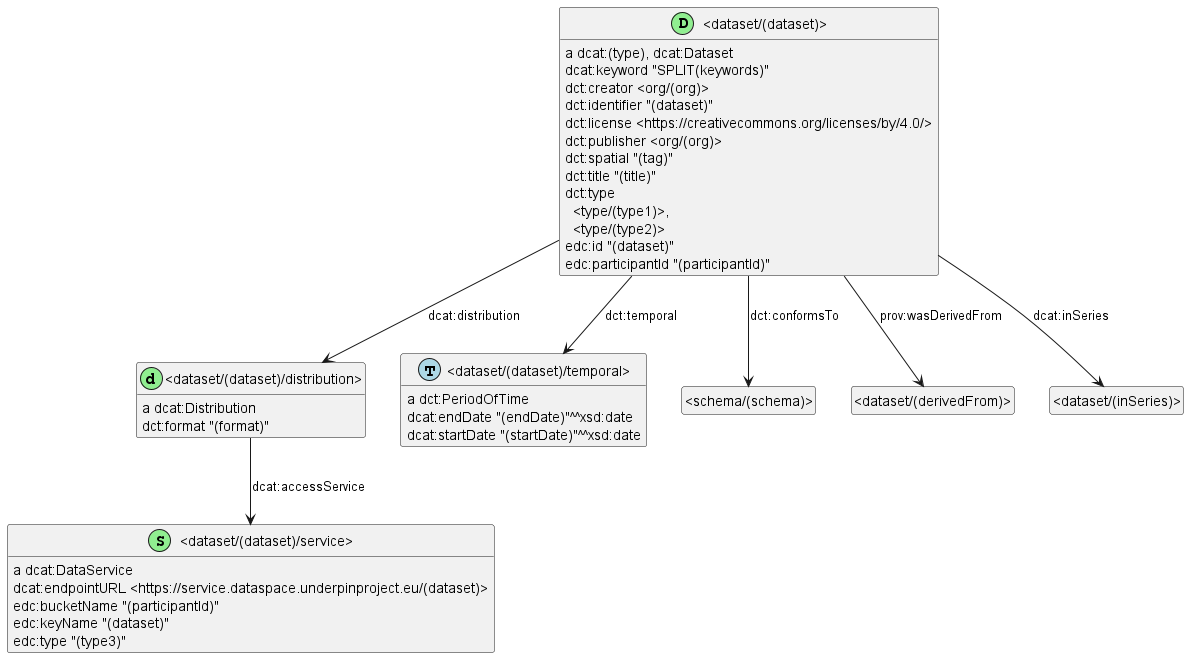
This is dataset.png from underpin-project/model, a PlantUML export, as it was before one commit. Its diagram source:
```plantuml
@startuml
hide empty members
hide circle
skinparam classAttributeIconSize 0
class _dataset_dataset_service_ as "<dataset/(dataset)/service>"
class _dataset_dataset_service_ <<(S,lightgreen)>>
show _dataset_dataset_service_ circle
class _dataset_dataset_ as "<dataset/(dataset)>"
class _dataset_dataset_ <<(D,lightgreen)>>
show _dataset_dataset_ circle
class _dataset_dataset_distribution_ as "<dataset/(dataset)/distribution>"
class _dataset_dataset_distribution_ <<(d,lightgreen)>>
show _dataset_dataset_distribution_ circle
class _dataset_dataset_temporal_ as "<dataset/(dataset)/temporal>"
class _dataset_dataset_temporal_ <<(T,lightblue)>>
show _dataset_dataset_temporal_ circle
_dataset_dataset_ : {field} a dcat:(type), dcat:Dataset
class _schema_schema_ as "<schema/(schema)>"
_dataset_dataset_ -down-> _schema_schema_ : dct:conformsTo
_dataset_dataset_ -down-> _dataset_dataset_temporal_ : dct:temporal
class _dataset_derivedFrom_ as "<dataset/(derivedFrom)>"
_dataset_dataset_ -down-> _dataset_derivedFrom_ : prov:wasDerivedFrom
_dataset_dataset_ -down-> _dataset_dataset_distribution_ : dcat:distribution
class _dataset_inSeries_ as "<dataset/(inSeries)>"
_dataset_dataset_ -down-> _dataset_inSeries_ : dcat:inSeries
_dataset_dataset_ : {field} dcat:keyword "SPLIT(keywords)"
_dataset_dataset_ : {field} dct:creator <org/(org)>
_dataset_dataset_ : {field} dct:identifier "(dataset)"
_dataset_dataset_ : {field} dct:license <https://creativecommons.org/licenses/by/4.0/>
_dataset_dataset_ : {field} dct:publisher <org/(org)>
_dataset_dataset_ : {field} dct:spatial "(tag)"
_dataset_dataset_ : {field} dct:title "(title)"
_dataset_dataset_ : {field} dct:type\n  <type/(type1)>,\n  <type/(type2)>
_dataset_dataset_ : {field} edc:id "(dataset)"
_dataset_dataset_ : {field} edc:participantId "(participantId)"
_dataset_dataset_temporal_ : {field} a dct:PeriodOfTime
_dataset_dataset_temporal_ : {field} dcat:endDate "(endDate)"^^xsd:date
_dataset_dataset_temporal_ : {field} dcat:startDate "(startDate)"^^xsd:date
_dataset_dataset_distribution_ : {field} a dcat:Distribution
_dataset_dataset_distribution_ -down-> _dataset_dataset_service_ : dcat:accessService
_dataset_dataset_distribution_ : {field} dct:format "(format)"
_dataset_dataset_service_ : {field} a dcat:DataService
_dataset_dataset_service_ : {field} dcat:endpointURL <https://service.dataspace.underpinproject.eu/(dataset)>
_dataset_dataset_service_ : {field} edc:bucketName "(participantId)"
_dataset_dataset_service_ : {field} edc:keyName "(dataset)"
_dataset_dataset_service_ : {field} edc:type "(type3)"
@enduml
```
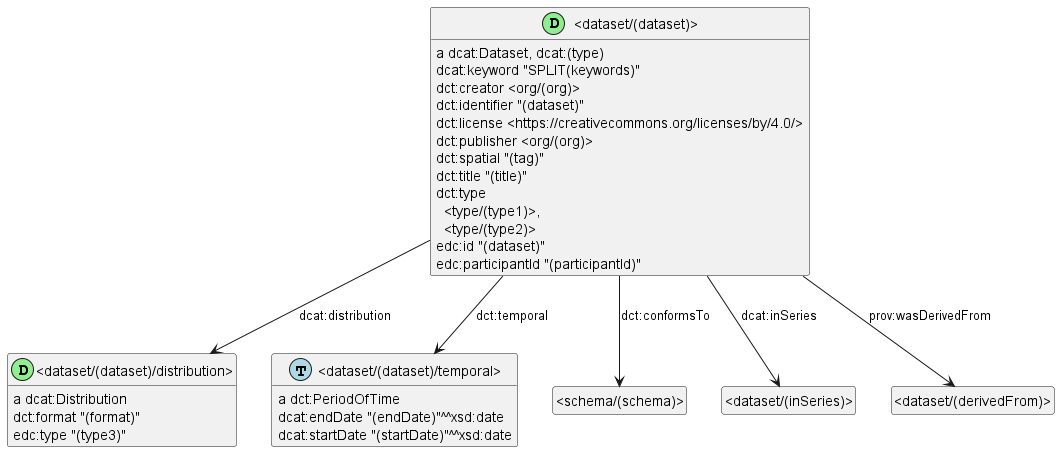
Above is the later version.

Commit message:
split DataService, DataAddress into dataset-extra.png (just model, no RDFization)

Change to the diagram source:
```diff
@@ -2,27 +2,27 @@
 hide empty members
 hide circle
 skinparam classAttributeIconSize 0
-class _dataset_dataset_service_ as "<dataset/(dataset)/service>"
-class _dataset_dataset_service_ <<(S,lightgreen)>>
-show _dataset_dataset_service_ circle
 class _dataset_dataset_ as "<dataset/(dataset)>"
 class _dataset_dataset_ <<(D,lightgreen)>>
 show _dataset_dataset_ circle
 class _dataset_dataset_distribution_ as "<dataset/(dataset)/distribution>"
-class _dataset_dataset_distribution_ <<(d,lightgreen)>>
+class _dataset_dataset_distribution_ <<(D,lightgreen)>>
 show _dataset_dataset_distribution_ circle
 class _dataset_dataset_temporal_ as "<dataset/(dataset)/temporal>"
 class _dataset_dataset_temporal_ <<(T,lightblue)>>
 show _dataset_dataset_temporal_ circle
-_dataset_dataset_ : {field} a dcat:(type), dcat:Dataset
+_dataset_dataset_distribution_ : {field} a dcat:Distribution
+_dataset_dataset_distribution_ : {field} dct:format "(format)"
+_dataset_dataset_distribution_ : {field} edc:type "(type3)"
+_dataset_dataset_ : {field} a dcat:Dataset, dcat:(type)
 class _schema_schema_ as "<schema/(schema)>"
 _dataset_dataset_ -down-> _schema_schema_ : dct:conformsTo
+_dataset_dataset_ -down-> _dataset_dataset_distribution_ : dcat:distribution
 _dataset_dataset_ -down-> _dataset_dataset_temporal_ : dct:temporal
+class _dataset_inSeries_ as "<dataset/(inSeries)>"
+_dataset_dataset_ -down-> _dataset_inSeries_ : dcat:inSeries
 class _dataset_derivedFrom_ as "<dataset/(derivedFrom)>"
 _dataset_dataset_ -down-> _dataset_derivedFrom_ : prov:wasDerivedFrom
-_dataset_dataset_ -down-> _dataset_dataset_distribution_ : dcat:distribution
-class _dataset_inSeries_ as "<dataset/(inSeries)>"
-_dataset_dataset_ -down-> _dataset_inSeries_ : dcat:inSeries
 _dataset_dataset_ : {field} dcat:keyword "SPLIT(keywords)"
 _dataset_dataset_ : {field} dct:creator <org/(org)>
 _dataset_dataset_ : {field} dct:identifier "(dataset)"
@@ -36,12 +36,4 @@
 _dataset_dataset_temporal_ : {field} a dct:PeriodOfTime
 _dataset_dataset_temporal_ : {field} dcat:endDate "(endDate)"^^xsd:date
 _dataset_dataset_temporal_ : {field} dcat:startDate "(startDate)"^^xsd:date
-_dataset_dataset_distribution_ : {field} a dcat:Distribution
-_dataset_dataset_distribution_ -down-> _dataset_dataset_service_ : dcat:accessService
-_dataset_dataset_distribution_ : {field} dct:format "(format)"
-_dataset_dataset_service_ : {field} a dcat:DataService
-_dataset_dataset_service_ : {field} dcat:endpointURL <https://service.dataspace.underpinproject.eu/(dataset)>
-_dataset_dataset_service_ : {field} edc:bucketName "(participantId)"
-_dataset_dataset_service_ : {field} edc:keyName "(dataset)"
-_dataset_dataset_service_ : {field} edc:type "(type3)"
 @enduml
```
